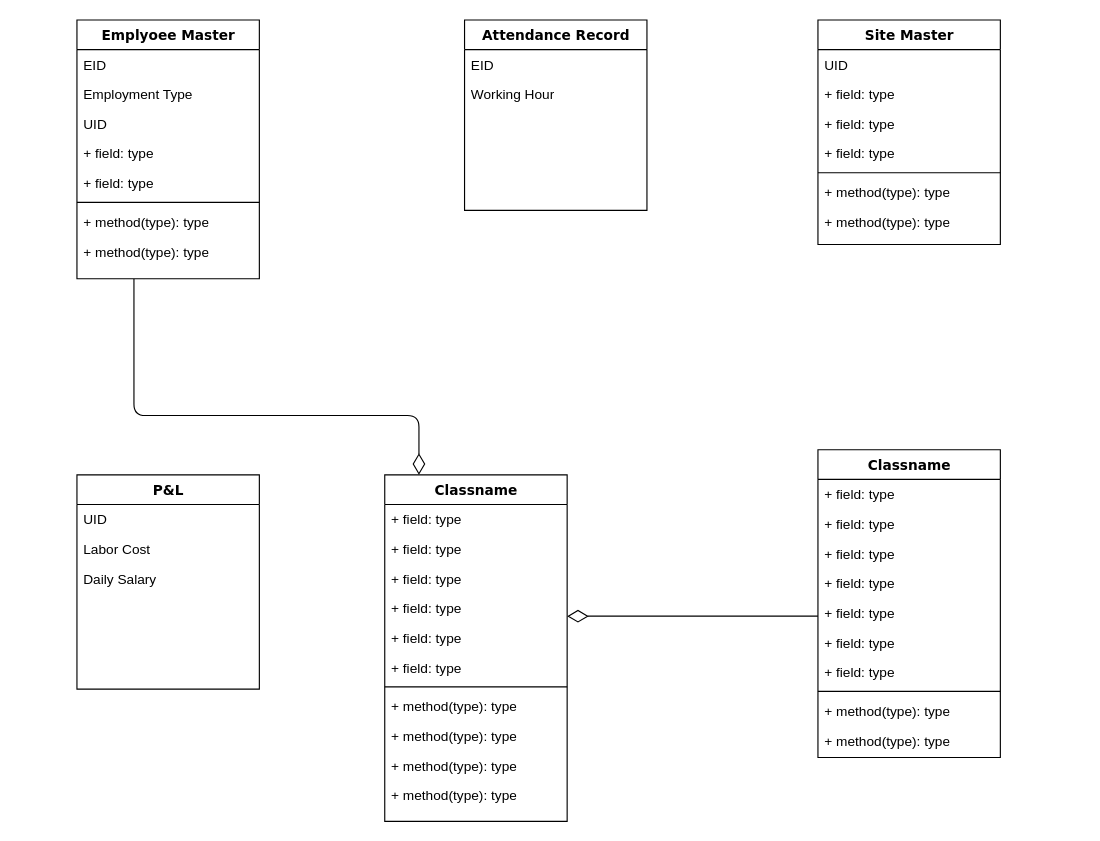
lolanto-ds/littletoolpg keeps this draw.io diagram as Untitled Diagram.drawio. Above is the earlier version. Source tidied: cells renumbered, new cells numbered last; positions are measured from the earlier drawing's top-left corner, leaving out a move shared by most shapes. Both pictures are drawn from the tidied source at 114%, with x=0, y=0 at pixel (76, 19).
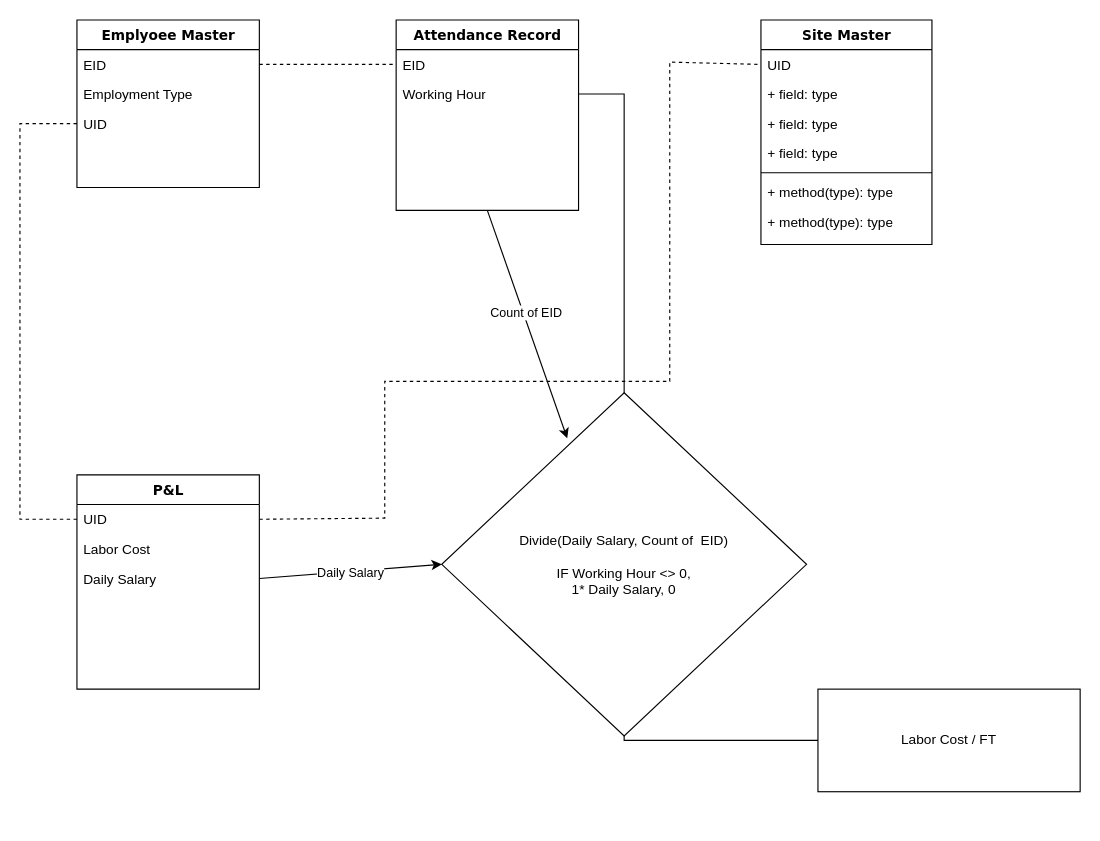
Above is the later version.

Unchanged cells that the change refers to:
```xml
<mxCell id="4" value="EID" style="text;html=1;strokeColor=none;fillColor=none;align=left;verticalAlign=top;spacingLeft=4;spacingRight=4;whiteSpace=wrap;overflow=hidden;points=[[0,0.5],[1,0.5]];portConstraint=eastwest;" parent="3" vertex="1">
  <mxGeometry y="26" width="160" height="26" as="geometry" />
</mxCell>
<mxCell id="6" value="UID" style="text;html=1;strokeColor=none;fillColor=none;align=left;verticalAlign=top;spacingLeft=4;spacingRight=4;whiteSpace=wrap;overflow=hidden;points=[[0,0.5],[1,0.5]];portConstraint=eastwest;" parent="3" vertex="1">
  <mxGeometry y="78" width="160" height="26" as="geometry" />
</mxCell>
<mxCell id="13" value="EID" style="text;html=1;strokeColor=none;fillColor=none;align=left;verticalAlign=top;spacingLeft=4;spacingRight=4;whiteSpace=wrap;overflow=hidden;points=[[0,0.5],[1,0.5]];portConstraint=eastwest;" parent="12" vertex="1">
  <mxGeometry y="26" width="160" height="26" as="geometry" />
</mxCell>
<mxCell id="14" value="Working Hour" style="text;html=1;strokeColor=none;fillColor=none;align=left;verticalAlign=top;spacingLeft=4;spacingRight=4;whiteSpace=wrap;overflow=hidden;points=[[0,0.5],[1,0.5]];portConstraint=eastwest;" parent="12" vertex="1">
  <mxGeometry y="52" width="160" height="26" as="geometry" />
</mxCell>
<mxCell id="24" value="UID" style="text;html=1;strokeColor=none;fillColor=none;align=left;verticalAlign=top;spacingLeft=4;spacingRight=4;whiteSpace=wrap;overflow=hidden;points=[[0,0.5],[1,0.5]];portConstraint=eastwest;" parent="23" vertex="1">
  <mxGeometry y="26" width="160" height="26" as="geometry" />
</mxCell>
<mxCell id="26" value="Daily Salary" style="text;html=1;strokeColor=none;fillColor=none;align=left;verticalAlign=top;spacingLeft=4;spacingRight=4;whiteSpace=wrap;overflow=hidden;points=[[0,0.5],[1,0.5]];portConstraint=eastwest;" parent="23" vertex="1">
  <mxGeometry y="78" width="160" height="26" as="geometry" />
</mxCell>
```

Diff of the diagram source:
```diff
@@
-    <mxCell id="2" style="edgeStyle=orthogonalEdgeStyle;html=1;labelBackgroundColor=none;startFill=0;startSize=8;endArrow=diamondThin;endFill=0;endSize=16;fontFamily=Verdana;fontSize=12;" parent="1" edge="1" source="3" target="28">
-      <mxGeometry relative="1" as="geometry">
-        <Array as="points">
-          <mxPoint x="50" y="347" />
-          <mxPoint x="300" y="347" />
-        </Array>
-      </mxGeometry>
-    </mxCell>
     <mxCell id="3" value="Emplyoee Master" style="swimlane;html=1;fontStyle=1;align=center;verticalAlign=top;horizontal=1;startSize=26;swimlaneFillColor=#ffffff;rounded=0;shadow=0;comic=0;labelBackgroundColor=none;strokeWidth=1;fillColor=none;fontFamily=Verdana;fontSize=12;" parent="1" vertex="1">
-      <mxGeometry width="160" height="227" as="geometry" />
+      <mxGeometry width="160" height="147" as="geometry" />
     </mxCell>
@@
-    <mxCell id="7" value="+ field: type" style="text;html=1;strokeColor=none;fillColor=none;align=left;verticalAlign=top;spacingLeft=4;spacingRight=4;whiteSpace=wrap;overflow=hidden;" parent="3" vertex="1">
-      <mxGeometry y="104" width="160" height="26" as="geometry" />
-    </mxCell>
-    <mxCell id="8" value="+ field: type" style="text;html=1;strokeColor=none;fillColor=none;align=left;verticalAlign=top;spacingLeft=4;spacingRight=4;whiteSpace=wrap;overflow=hidden;" parent="3" vertex="1">
-      <mxGeometry y="130" width="160" height="26" as="geometry" />
-    </mxCell>
-    <mxCell id="9" style="line;html=1;strokeWidth=1;fillColor=none;align=left;verticalAlign=middle;spacingTop=-1;spacingLeft=3;spacingRight=3;labelPosition=right;" parent="3" vertex="1">
-      <mxGeometry y="156" width="160" height="8" as="geometry" />
-    </mxCell>
-    <mxCell id="10" value="+ method(type): type" style="text;html=1;strokeColor=none;fillColor=none;align=left;verticalAlign=top;spacingLeft=4;spacingRight=4;whiteSpace=wrap;overflow=hidden;" parent="3" vertex="1">
-      <mxGeometry y="164" width="160" height="26" as="geometry" />
-    </mxCell>
-    <mxCell id="11" value="+ method(type): type" style="text;html=1;strokeColor=none;fillColor=none;align=left;verticalAlign=top;spacingLeft=4;spacingRight=4;whiteSpace=wrap;overflow=hidden;" parent="3" vertex="1">
-      <mxGeometry y="190" width="160" height="26" as="geometry" />
-    </mxCell>
     <mxCell id="12" value="Attendance Record" style="swimlane;html=1;fontStyle=1;align=center;verticalAlign=top;horizontal=1;startSize=26;swimlaneFillColor=#ffffff;rounded=0;shadow=0;comic=0;labelBackgroundColor=none;strokeWidth=1;fillColor=none;fontFamily=Verdana;fontSize=12;" parent="1" vertex="1">
-      <mxGeometry x="340" width="160" height="167" as="geometry" />
+      <mxGeometry x="280" width="160" height="167" as="geometry" />
     </mxCell>
@@
     <mxCell id="15" value="Site Master" style="swimlane;html=1;fontStyle=1;align=center;verticalAlign=top;horizontal=1;startSize=26;swimlaneFillColor=#ffffff;rounded=0;shadow=0;comic=0;labelBackgroundColor=none;strokeWidth=1;fillColor=none;fontFamily=Verdana;fontSize=12;" parent="1" vertex="1">
-      <mxGeometry x="650" width="160" height="197" as="geometry" />
+      <mxGeometry x="600" width="150" height="197" as="geometry" />
     </mxCell>
     <mxCell id="16" value="UID&lt;div&gt;&lt;br&gt;&lt;/div&gt;" style="text;html=1;strokeColor=none;fillColor=none;align=left;verticalAlign=top;spacingLeft=4;spacingRight=4;whiteSpace=wrap;overflow=hidden;points=[[0,0.5],[1,0.5]];portConstraint=eastwest;" parent="15" vertex="1">
-      <mxGeometry y="26" width="160" height="26" as="geometry" />
+      <mxGeometry y="26" width="150" height="26" as="geometry" />
     </mxCell>
     <mxCell id="17" value="+ field: type" style="text;html=1;strokeColor=none;fillColor=none;align=left;verticalAlign=top;spacingLeft=4;spacingRight=4;whiteSpace=wrap;overflow=hidden;" parent="15" vertex="1">
-      <mxGeometry y="52" width="160" height="26" as="geometry" />
+      <mxGeometry y="52" width="150" height="26" as="geometry" />
     </mxCell>
     <mxCell id="18" value="+ field: type" style="text;html=1;strokeColor=none;fillColor=none;align=left;verticalAlign=top;spacingLeft=4;spacingRight=4;whiteSpace=wrap;overflow=hidden;" parent="15" vertex="1">
-      <mxGeometry y="78" width="160" height="26" as="geometry" />
+      <mxGeometry y="78" width="150" height="26" as="geometry" />
     </mxCell>
     <mxCell id="19" value="+ field: type" style="text;html=1;strokeColor=none;fillColor=none;align=left;verticalAlign=top;spacingLeft=4;spacingRight=4;whiteSpace=wrap;overflow=hidden;" parent="15" vertex="1">
-      <mxGeometry y="104" width="160" height="26" as="geometry" />
+      <mxGeometry y="104" width="150" height="26" as="geometry" />
     </mxCell>
     <mxCell id="20" style="line;html=1;strokeWidth=1;fillColor=none;align=left;verticalAlign=middle;spacingTop=-1;spacingLeft=3;spacingRight=3;labelPosition=right;" parent="15" vertex="1">
-      <mxGeometry y="130" width="160" height="8" as="geometry" />
+      <mxGeometry y="130" width="150" height="8" as="geometry" />
     </mxCell>
     <mxCell id="21" value="+ method(type): type" style="text;html=1;strokeColor=none;fillColor=none;align=left;verticalAlign=top;spacingLeft=4;spacingRight=4;whiteSpace=wrap;overflow=hidden;" parent="15" vertex="1">
-      <mxGeometry y="138" width="160" height="26" as="geometry" />
+      <mxGeometry y="138" width="150" height="26" as="geometry" />
     </mxCell>
     <mxCell id="22" value="+ method(type): type" style="text;html=1;strokeColor=none;fillColor=none;align=left;verticalAlign=top;spacingLeft=4;spacingRight=4;whiteSpace=wrap;overflow=hidden;" parent="15" vertex="1">
-      <mxGeometry y="164" width="160" height="26" as="geometry" />
+      <mxGeometry y="164" width="150" height="26" as="geometry" />
     </mxCell>
@@
-    <mxCell id="27" style="edgeStyle=elbowEdgeStyle;html=1;labelBackgroundColor=none;startFill=0;startSize=8;endArrow=diamondThin;endFill=0;endSize=16;fontFamily=Verdana;fontSize=12;elbow=vertical;" parent="1" edge="1" source="40" target="28">
-      <mxGeometry relative="1" as="geometry" />
-    </mxCell>
-    <mxCell id="28" value="Classname" style="swimlane;html=1;fontStyle=1;align=center;verticalAlign=top;horizontal=1;startSize=26;swimlaneFillColor=#ffffff;rounded=0;shadow=0;comic=0;labelBackgroundColor=none;strokeWidth=1;fillColor=none;fontFamily=Verdana;fontSize=12;" parent="1" vertex="1">
-      <mxGeometry x="270" y="399" width="160" height="304" as="geometry" />
-    </mxCell>
-    <mxCell id="29" value="+ field: type" style="text;html=1;strokeColor=none;fillColor=none;align=left;verticalAlign=top;spacingLeft=4;spacingRight=4;whiteSpace=wrap;overflow=hidden;" parent="28" vertex="1">
-      <mxGeometry y="26" width="160" height="26" as="geometry" />
-    </mxCell>
-    <mxCell id="30" value="+ field: type" style="text;html=1;strokeColor=none;fillColor=none;align=left;verticalAlign=top;spacingLeft=4;spacingRight=4;whiteSpace=wrap;overflow=hidden;" parent="28" vertex="1">
-      <mxGeometry y="52" width="160" height="26" as="geometry" />
-    </mxCell>
-    <mxCell id="31" value="+ field: type" style="text;html=1;strokeColor=none;fillColor=none;align=left;verticalAlign=top;spacingLeft=4;spacingRight=4;whiteSpace=wrap;overflow=hidden;" parent="28" vertex="1">
-      <mxGeometry y="78" width="160" height="26" as="geometry" />
-    </mxCell>
-    <mxCell id="32" value="+ field: type" style="text;html=1;strokeColor=none;fillColor=none;align=left;verticalAlign=top;spacingLeft=4;spacingRight=4;whiteSpace=wrap;overflow=hidden;" parent="28" vertex="1">
-      <mxGeometry y="104" width="160" height="26" as="geometry" />
-    </mxCell>
-    <mxCell id="33" value="+ field: type" style="text;html=1;strokeColor=none;fillColor=none;align=left;verticalAlign=top;spacingLeft=4;spacingRight=4;whiteSpace=wrap;overflow=hidden;" parent="28" vertex="1">
-      <mxGeometry y="130" width="160" height="26" as="geometry" />
-    </mxCell>
-    <mxCell id="34" value="+ field: type" style="text;html=1;strokeColor=none;fillColor=none;align=left;verticalAlign=top;spacingLeft=4;spacingRight=4;whiteSpace=wrap;overflow=hidden;" parent="28" vertex="1">
-      <mxGeometry y="156" width="160" height="26" as="geometry" />
-    </mxCell>
-    <mxCell id="35" style="line;html=1;strokeWidth=1;fillColor=none;align=left;verticalAlign=middle;spacingTop=-1;spacingLeft=3;spacingRight=3;labelPosition=right;" parent="28" vertex="1">
-      <mxGeometry y="182" width="160" height="8" as="geometry" />
-    </mxCell>
-    <mxCell id="36" value="+ method(type): type" style="text;html=1;strokeColor=none;fillColor=none;align=left;verticalAlign=top;spacingLeft=4;spacingRight=4;whiteSpace=wrap;overflow=hidden;" parent="28" vertex="1">
-      <mxGeometry y="190" width="160" height="26" as="geometry" />
-    </mxCell>
-    <mxCell id="37" value="+ method(type): type" style="text;html=1;strokeColor=none;fillColor=none;align=left;verticalAlign=top;spacingLeft=4;spacingRight=4;whiteSpace=wrap;overflow=hidden;" parent="28" vertex="1">
-      <mxGeometry y="216" width="160" height="26" as="geometry" />
-    </mxCell>
-    <mxCell id="38" value="+ method(type): type" style="text;html=1;strokeColor=none;fillColor=none;align=left;verticalAlign=top;spacingLeft=4;spacingRight=4;whiteSpace=wrap;overflow=hidden;" parent="28" vertex="1">
-      <mxGeometry y="242" width="160" height="26" as="geometry" />
-    </mxCell>
-    <mxCell id="39" value="+ method(type): type" style="text;html=1;strokeColor=none;fillColor=none;align=left;verticalAlign=top;spacingLeft=4;spacingRight=4;whiteSpace=wrap;overflow=hidden;" parent="28" vertex="1">
-      <mxGeometry y="268" width="160" height="26" as="geometry" />
-    </mxCell>
-    <mxCell id="40" value="Classname" style="swimlane;html=1;fontStyle=1;align=center;verticalAlign=top;horizontal=1;startSize=26;swimlaneFillColor=#ffffff;rounded=0;shadow=0;comic=0;labelBackgroundColor=none;strokeWidth=1;fillColor=none;fontFamily=Verdana;fontSize=12;" parent="1" vertex="1">
-      <mxGeometry x="650" y="377" width="160" height="270" as="geometry" />
-    </mxCell>
-    <mxCell id="41" value="+ field: type" style="text;html=1;strokeColor=none;fillColor=none;align=left;verticalAlign=top;spacingLeft=4;spacingRight=4;whiteSpace=wrap;overflow=hidden;" parent="40" vertex="1">
-      <mxGeometry y="26" width="160" height="26" as="geometry" />
-    </mxCell>
-    <mxCell id="42" value="+ field: type" style="text;html=1;strokeColor=none;fillColor=none;align=left;verticalAlign=top;spacingLeft=4;spacingRight=4;whiteSpace=wrap;overflow=hidden;" parent="40" vertex="1">
-      <mxGeometry y="52" width="160" height="26" as="geometry" />
-    </mxCell>
-    <mxCell id="43" value="+ field: type" style="text;html=1;strokeColor=none;fillColor=none;align=left;verticalAlign=top;spacingLeft=4;spacingRight=4;whiteSpace=wrap;overflow=hidden;" parent="40" vertex="1">
-      <mxGeometry y="78" width="160" height="26" as="geometry" />
-    </mxCell>
-    <mxCell id="44" value="+ field: type" style="text;html=1;strokeColor=none;fillColor=none;align=left;verticalAlign=top;spacingLeft=4;spacingRight=4;whiteSpace=wrap;overflow=hidden;" parent="40" vertex="1">
-      <mxGeometry y="104" width="160" height="26" as="geometry" />
-    </mxCell>
-    <mxCell id="45" value="+ field: type" style="text;html=1;strokeColor=none;fillColor=none;align=left;verticalAlign=top;spacingLeft=4;spacingRight=4;whiteSpace=wrap;overflow=hidden;" parent="40" vertex="1">
-      <mxGeometry y="130" width="160" height="26" as="geometry" />
-    </mxCell>
-    <mxCell id="46" value="+ field: type" style="text;html=1;strokeColor=none;fillColor=none;align=left;verticalAlign=top;spacingLeft=4;spacingRight=4;whiteSpace=wrap;overflow=hidden;" parent="40" vertex="1">
-      <mxGeometry y="156" width="160" height="26" as="geometry" />
-    </mxCell>
-    <mxCell id="47" value="+ field: type" style="text;html=1;strokeColor=none;fillColor=none;align=left;verticalAlign=top;spacingLeft=4;spacingRight=4;whiteSpace=wrap;overflow=hidden;" parent="40" vertex="1">
-      <mxGeometry y="182" width="160" height="26" as="geometry" />
-    </mxCell>
-    <mxCell id="48" style="line;html=1;strokeWidth=1;fillColor=none;align=left;verticalAlign=middle;spacingTop=-1;spacingLeft=3;spacingRight=3;labelPosition=right;" parent="40" vertex="1">
-      <mxGeometry y="208" width="160" height="8" as="geometry" />
-    </mxCell>
-    <mxCell id="49" value="+ method(type): type" style="text;html=1;strokeColor=none;fillColor=none;align=left;verticalAlign=top;spacingLeft=4;spacingRight=4;whiteSpace=wrap;overflow=hidden;" parent="40" vertex="1">
-      <mxGeometry y="216" width="160" height="26" as="geometry" />
-    </mxCell>
-    <mxCell id="50" value="+ method(type): type" style="text;html=1;strokeColor=none;fillColor=none;align=left;verticalAlign=top;spacingLeft=4;spacingRight=4;whiteSpace=wrap;overflow=hidden;" parent="40" vertex="1">
-      <mxGeometry y="242" width="160" height="26" as="geometry" />
-    </mxCell>
+    <mxCell id="51" style="endArrow=none;dashed=1;html=1;rounded=0;exitX=1;exitY=0.5;exitDx=0;exitDy=0;entryX=0;entryY=0.5;entryDx=0;entryDy=0;" parent="1" edge="1" source="24" target="16">
+      <mxGeometry relative="1" as="geometry">
+        <Array as="points">
+          <mxPoint x="270" y="437" />
+          <mxPoint x="270" y="317" />
+          <mxPoint x="520" y="317" />
+          <mxPoint x="520" y="37" />
+        </Array>
+      </mxGeometry>
+    </mxCell>
+    <mxCell id="52" style="endArrow=none;dashed=1;html=1;rounded=0;exitX=1;exitY=0.5;exitDx=0;exitDy=0;entryX=0;entryY=0.5;entryDx=0;entryDy=0;" parent="1" edge="1" source="4" target="13">
+      <mxGeometry relative="1" as="geometry" />
+    </mxCell>
+    <mxCell id="53" style="endArrow=none;dashed=1;html=1;rounded=0;entryX=0;entryY=0.5;entryDx=0;entryDy=0;exitX=0;exitY=0.5;exitDx=0;exitDy=0;" parent="1" edge="1" source="24" target="6">
+      <mxGeometry relative="1" as="geometry">
+        <Array as="points">
+          <mxPoint x="-50" y="438" />
+          <mxPoint x="-50" y="91" />
+        </Array>
+      </mxGeometry>
+    </mxCell>
+    <mxCell id="54" value="Labor Cost / FT" style="rounded=0;whiteSpace=wrap;html=1;" parent="1" vertex="1">
+      <mxGeometry x="650" y="587" width="230" height="90" as="geometry" />
+    </mxCell>
+    <mxCell id="55" style="endArrow=none;html=1;rounded=0;entryX=1;entryY=0.5;entryDx=0;entryDy=0;exitX=0;exitY=0.5;exitDx=0;exitDy=0;" parent="1" edge="1" source="54" target="14">
+      <mxGeometry relative="1" as="geometry">
+        <Array as="points">
+          <mxPoint x="480" y="632" />
+          <mxPoint x="480" y="65" />
+        </Array>
+      </mxGeometry>
+    </mxCell>
+    <mxCell id="56" value="&lt;div&gt;Divide(Daily Salary, Count of&amp;nbsp; EID)&lt;/div&gt;&lt;div&gt;&lt;br&gt;&lt;/div&gt;IF Working Hour &amp;lt;&amp;gt; 0,&lt;div&gt;1* Daily Salary, 0&lt;/div&gt;" style="rhombus;whiteSpace=wrap;html=1;" parent="1" vertex="1">
+      <mxGeometry x="320" y="327" width="320" height="301" as="geometry" />
+    </mxCell>
+    <mxCell id="57" style="endArrow=classic;html=1;rounded=0;exitX=0.5;exitY=1;exitDx=0;exitDy=0;entryX=0.344;entryY=0.133;entryDx=0;entryDy=0;entryPerimeter=0;" parent="1" edge="1" source="12" target="56">
+      <mxGeometry relative="1" as="geometry" />
+    </mxCell>
+    <mxCell id="58" value="Count of EID" style="edgeLabel;html=1;align=center;verticalAlign=middle;" parent="57" vertex="1">
+      <mxGeometry x="-0.09" y="2" relative="1" as="geometry" />
+    </mxCell>
+    <mxCell id="59" style="endArrow=classic;html=1;rounded=0;exitX=1;exitY=0.5;exitDx=0;exitDy=0;entryX=0;entryY=0.5;entryDx=0;entryDy=0;" parent="1" edge="1" source="26" target="56">
+      <mxGeometry relative="1" as="geometry" />
+    </mxCell>
+    <mxCell id="60" value="Daily Salary" style="edgeLabel;html=1;align=center;verticalAlign=middle;" parent="59" vertex="1">
+      <mxGeometry y="-1" relative="1" as="geometry" />
+    </mxCell>
```
